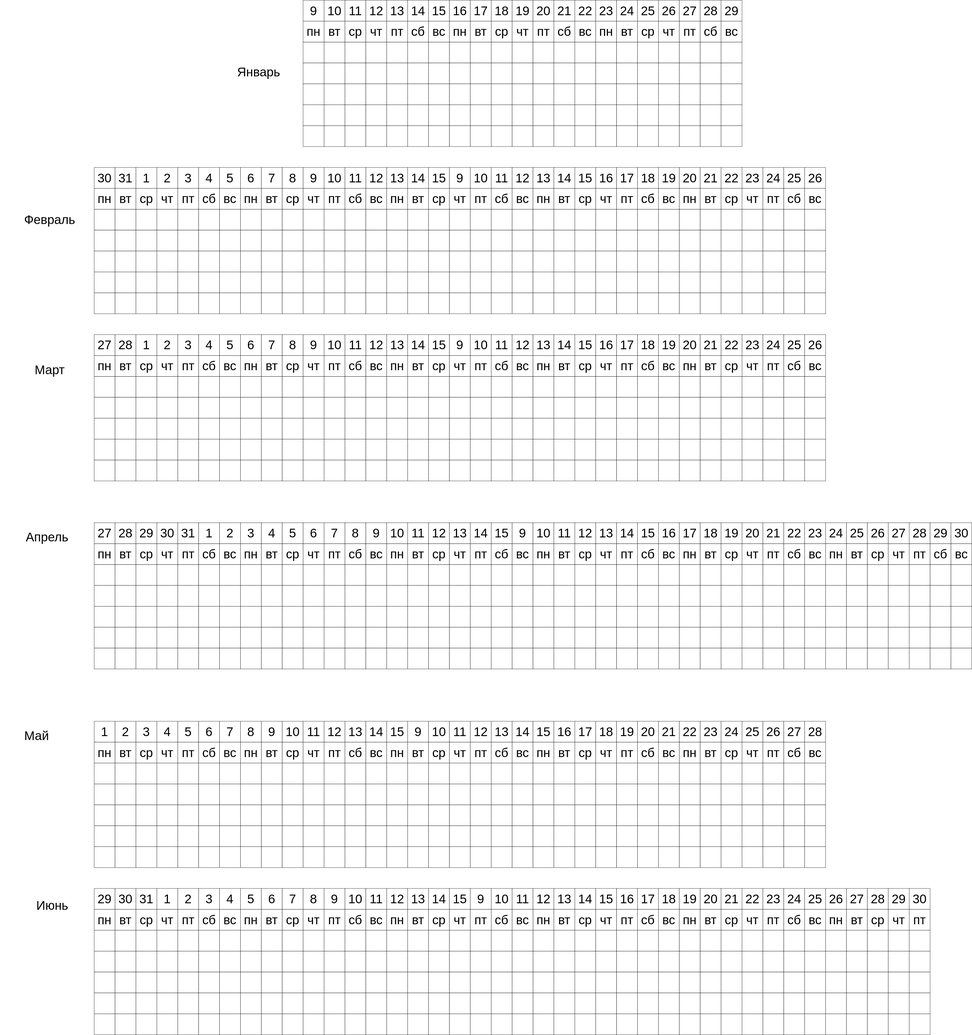
Before: 2023_plan.drawio.svg, a diagram exported from draw.io (Sehktel/drawio). Source tidied: cells renumbered, new cells last; positions are measured from the earlier drawing's top-left corner, leaving out a move shared by most shapes.
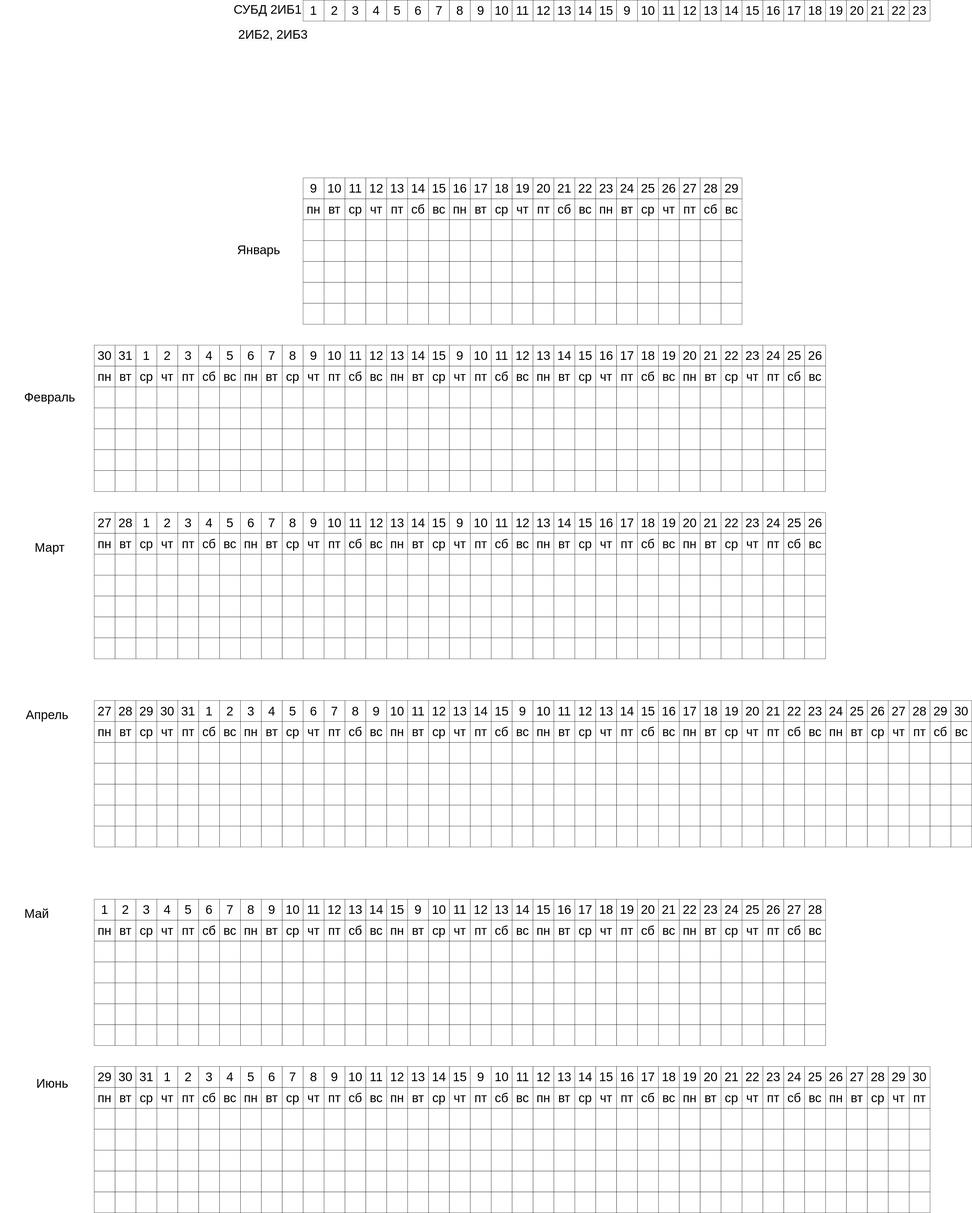
After the change.

The edit, as a diff of the source:
```diff
@@ -4388,5 +4388,101 @@
     <mxCell id="1463" value="&lt;font style=&quot;font-size: 48px;&quot;&gt;30&lt;/font&gt;" style="rounded=0;whiteSpace=wrap;html=1;" parent="1" vertex="1">
       <mxGeometry x="3480" y="3400" width="80" height="80" as="geometry" />
     </mxCell>
+    <mxCell id="1464" value="СУБД 2ИБ1" style="text;html=1;align=center;verticalAlign=middle;strokeColor=none;fillColor=none;fontSize=48;" parent="1" vertex="1">
+      <mxGeometry x="884" y="-680" width="280" height="70" as="geometry" />
+    </mxCell>
+    <mxCell id="1465" value="&lt;font style=&quot;font-size: 48px;&quot;&gt;1&lt;br&gt;&lt;/font&gt;" style="rounded=0;whiteSpace=wrap;html=1;" parent="1" vertex="1">
+      <mxGeometry x="1160" y="-680" width="80" height="80" as="geometry" />
+    </mxCell>
+    <mxCell id="1466" value="&lt;font style=&quot;font-size: 48px;&quot;&gt;2&lt;/font&gt;" style="rounded=0;whiteSpace=wrap;html=1;" parent="1" vertex="1">
+      <mxGeometry x="1240" y="-680" width="80" height="80" as="geometry" />
+    </mxCell>
+    <mxCell id="1467" value="&lt;font style=&quot;font-size: 48px;&quot;&gt;3&lt;/font&gt;" style="rounded=0;whiteSpace=wrap;html=1;" parent="1" vertex="1">
+      <mxGeometry x="1320" y="-680" width="80" height="80" as="geometry" />
+    </mxCell>
+    <mxCell id="1468" value="&lt;font style=&quot;font-size: 48px;&quot;&gt;4&lt;/font&gt;" style="rounded=0;whiteSpace=wrap;html=1;" parent="1" vertex="1">
+      <mxGeometry x="1400" y="-680" width="80" height="80" as="geometry" />
+    </mxCell>
+    <mxCell id="1469" value="&lt;font style=&quot;font-size: 48px;&quot;&gt;5&lt;/font&gt;" style="rounded=0;whiteSpace=wrap;html=1;" parent="1" vertex="1">
+      <mxGeometry x="1480" y="-680" width="80" height="80" as="geometry" />
+    </mxCell>
+    <mxCell id="1470" value="&lt;font style=&quot;font-size: 48px;&quot;&gt;6&lt;/font&gt;" style="rounded=0;whiteSpace=wrap;html=1;" parent="1" vertex="1">
+      <mxGeometry x="1560" y="-680" width="80" height="80" as="geometry" />
+    </mxCell>
+    <mxCell id="1471" value="&lt;font style=&quot;font-size: 48px;&quot;&gt;7&lt;/font&gt;" style="rounded=0;whiteSpace=wrap;html=1;" parent="1" vertex="1">
+      <mxGeometry x="1640" y="-680" width="80" height="80" as="geometry" />
+    </mxCell>
+    <mxCell id="1472" value="&lt;font style=&quot;font-size: 48px;&quot;&gt;8&lt;br&gt;&lt;/font&gt;" style="rounded=0;whiteSpace=wrap;html=1;" parent="1" vertex="1">
+      <mxGeometry x="1720" y="-680" width="80" height="80" as="geometry" />
+    </mxCell>
+    <mxCell id="1473" value="&lt;font style=&quot;font-size: 48px;&quot;&gt;9&lt;/font&gt;" style="rounded=0;whiteSpace=wrap;html=1;" parent="1" vertex="1">
+      <mxGeometry x="1800" y="-680" width="80" height="80" as="geometry" />
+    </mxCell>
+    <mxCell id="1474" value="&lt;font style=&quot;font-size: 48px;&quot;&gt;10&lt;/font&gt;" style="rounded=0;whiteSpace=wrap;html=1;" parent="1" vertex="1">
+      <mxGeometry x="1880" y="-680" width="80" height="80" as="geometry" />
+    </mxCell>
+    <mxCell id="1475" value="&lt;font style=&quot;font-size: 48px;&quot;&gt;12&lt;/font&gt;" style="rounded=0;whiteSpace=wrap;html=1;" parent="1" vertex="1">
+      <mxGeometry x="2040" y="-680" width="80" height="80" as="geometry" />
+    </mxCell>
+    <mxCell id="1476" value="&lt;font style=&quot;font-size: 48px;&quot;&gt;13&lt;/font&gt;" style="rounded=0;whiteSpace=wrap;html=1;" parent="1" vertex="1">
+      <mxGeometry x="2120" y="-680" width="80" height="80" as="geometry" />
+    </mxCell>
+    <mxCell id="1477" value="&lt;font style=&quot;font-size: 48px;&quot;&gt;14&lt;/font&gt;" style="rounded=0;whiteSpace=wrap;html=1;" parent="1" vertex="1">
+      <mxGeometry x="2200" y="-680" width="80" height="80" as="geometry" />
+    </mxCell>
+    <mxCell id="1478" value="&lt;font style=&quot;font-size: 48px;&quot;&gt;15&lt;/font&gt;" style="rounded=0;whiteSpace=wrap;html=1;" parent="1" vertex="1">
+      <mxGeometry x="2280" y="-680" width="80" height="80" as="geometry" />
+    </mxCell>
+    <mxCell id="1479" value="&lt;font style=&quot;font-size: 48px;&quot;&gt;9&lt;/font&gt;" style="rounded=0;whiteSpace=wrap;html=1;" parent="1" vertex="1">
+      <mxGeometry x="2360" y="-680" width="80" height="80" as="geometry" />
+    </mxCell>
+    <mxCell id="1480" value="&lt;font style=&quot;font-size: 48px;&quot;&gt;10&lt;/font&gt;" style="rounded=0;whiteSpace=wrap;html=1;" parent="1" vertex="1">
+      <mxGeometry x="2440" y="-680" width="80" height="80" as="geometry" />
+    </mxCell>
+    <mxCell id="1481" value="&lt;font style=&quot;font-size: 48px;&quot;&gt;11&lt;br&gt;&lt;/font&gt;" style="rounded=0;whiteSpace=wrap;html=1;" parent="1" vertex="1">
+      <mxGeometry x="2520" y="-680" width="80" height="80" as="geometry" />
+    </mxCell>
+    <mxCell id="1482" value="&lt;font style=&quot;font-size: 48px;&quot;&gt;12&lt;/font&gt;" style="rounded=0;whiteSpace=wrap;html=1;" parent="1" vertex="1">
+      <mxGeometry x="2600" y="-680" width="80" height="80" as="geometry" />
+    </mxCell>
+    <mxCell id="1483" value="&lt;font style=&quot;font-size: 48px;&quot;&gt;13&lt;/font&gt;" style="rounded=0;whiteSpace=wrap;html=1;" parent="1" vertex="1">
+      <mxGeometry x="2680" y="-680" width="80" height="80" as="geometry" />
+    </mxCell>
+    <mxCell id="1484" value="&lt;font style=&quot;font-size: 48px;&quot;&gt;14&lt;/font&gt;" style="rounded=0;whiteSpace=wrap;html=1;" parent="1" vertex="1">
+      <mxGeometry x="2760" y="-680" width="80" height="80" as="geometry" />
+    </mxCell>
+    <mxCell id="1485" value="&lt;font style=&quot;font-size: 48px;&quot;&gt;15&lt;/font&gt;" style="rounded=0;whiteSpace=wrap;html=1;" parent="1" vertex="1">
+      <mxGeometry x="2840" y="-680" width="80" height="80" as="geometry" />
+    </mxCell>
+    <mxCell id="1486" value="&lt;font style=&quot;font-size: 48px;&quot;&gt;11&lt;br&gt;&lt;/font&gt;" style="rounded=0;whiteSpace=wrap;html=1;" parent="1" vertex="1">
+      <mxGeometry x="1960" y="-680" width="80" height="80" as="geometry" />
+    </mxCell>
+    <mxCell id="1487" value="&lt;font style=&quot;font-size: 48px;&quot;&gt;16&lt;/font&gt;" style="rounded=0;whiteSpace=wrap;html=1;" parent="1" vertex="1">
+      <mxGeometry x="2920" y="-680" width="80" height="80" as="geometry" />
+    </mxCell>
+    <mxCell id="1488" value="&lt;font style=&quot;font-size: 48px;&quot;&gt;17&lt;/font&gt;" style="rounded=0;whiteSpace=wrap;html=1;" parent="1" vertex="1">
+      <mxGeometry x="3000" y="-680" width="80" height="80" as="geometry" />
+    </mxCell>
+    <mxCell id="1489" value="&lt;font style=&quot;font-size: 48px;&quot;&gt;18&lt;br&gt;&lt;/font&gt;" style="rounded=0;whiteSpace=wrap;html=1;" parent="1" vertex="1">
+      <mxGeometry x="3080" y="-680" width="80" height="80" as="geometry" />
+    </mxCell>
+    <mxCell id="1490" value="&lt;font style=&quot;font-size: 48px;&quot;&gt;19&lt;/font&gt;" style="rounded=0;whiteSpace=wrap;html=1;" parent="1" vertex="1">
+      <mxGeometry x="3160" y="-680" width="80" height="80" as="geometry" />
+    </mxCell>
+    <mxCell id="1491" value="&lt;font style=&quot;font-size: 48px;&quot;&gt;20&lt;/font&gt;" style="rounded=0;whiteSpace=wrap;html=1;" parent="1" vertex="1">
+      <mxGeometry x="3240" y="-680" width="80" height="80" as="geometry" />
+    </mxCell>
+    <mxCell id="1492" value="&lt;font style=&quot;font-size: 48px;&quot;&gt;21&lt;/font&gt;" style="rounded=0;whiteSpace=wrap;html=1;" parent="1" vertex="1">
+      <mxGeometry x="3320" y="-680" width="80" height="80" as="geometry" />
+    </mxCell>
+    <mxCell id="1493" value="&lt;font style=&quot;font-size: 48px;&quot;&gt;22&lt;/font&gt;" style="rounded=0;whiteSpace=wrap;html=1;" parent="1" vertex="1">
+      <mxGeometry x="3400" y="-680" width="80" height="80" as="geometry" />
+    </mxCell>
+    <mxCell id="1494" value="&lt;font style=&quot;font-size: 48px;&quot;&gt;23&lt;/font&gt;" style="rounded=0;whiteSpace=wrap;html=1;" parent="1" vertex="1">
+      <mxGeometry x="3480" y="-680" width="80" height="80" as="geometry" />
+    </mxCell>
+    <mxCell id="1495" value="&lt;span style=&quot;color: rgb(0, 0, 0); font-family: Helvetica; font-size: 48px; font-style: normal; font-variant-ligatures: normal; font-variant-caps: normal; font-weight: 400; letter-spacing: normal; orphans: 2; text-align: center; text-indent: 0px; text-transform: none; widows: 2; word-spacing: 0px; -webkit-text-stroke-width: 0px; background-color: rgb(251, 251, 251); text-decoration-thickness: initial; text-decoration-style: initial; text-decoration-color: initial; float: none; display: inline !important;&quot;&gt;2ИБ2, 2ИБ3&lt;/span&gt;" style="text;whiteSpace=wrap;html=1;fontSize=48;" parent="1" vertex="1">
+      <mxGeometry x="910" y="-584" width="300" height="80" as="geometry" />
+    </mxCell>
   </root>
 </mxGraphModel>
```
